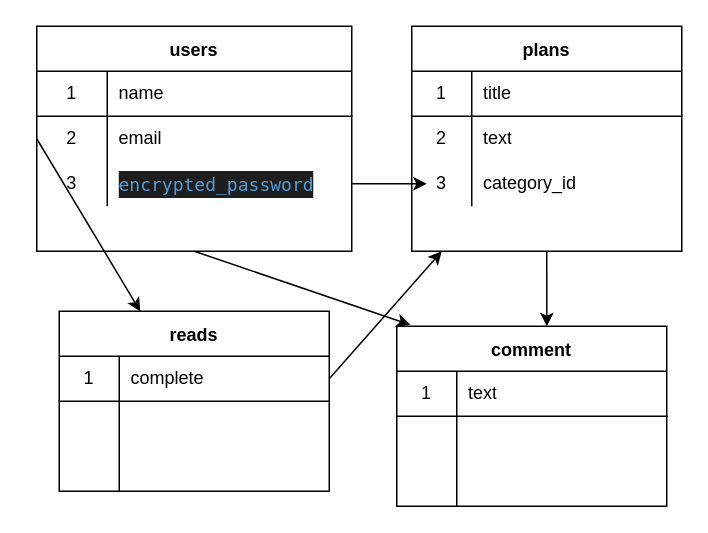
The draw.io diagram test.dio in HoneyTgs/techo-app-38290, before the edit. Source tidied: cells renumbered, new cells numbered last; positions are measured from the earlier drawing's top-left corner, leaving out a move shared by most shapes. Both pictures are drawn from the tidied source at 150%, with x=0, y=0 at pixel (36, 26).
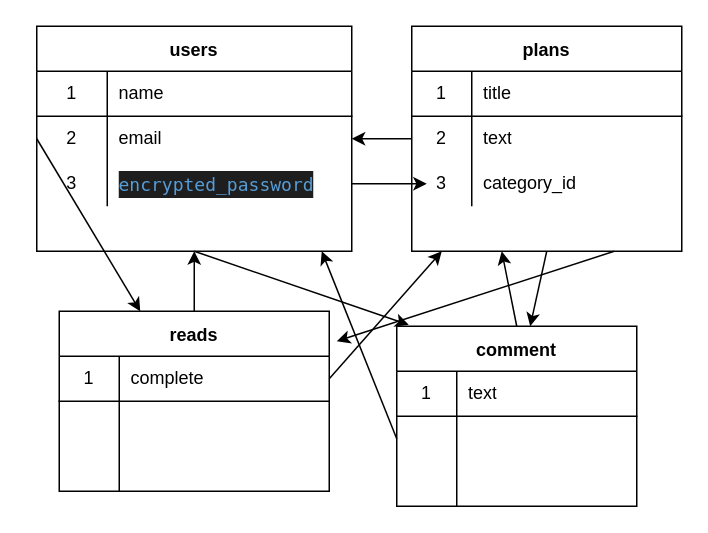
Above is the later version.

Unchanged cells that the change refers to:
```xml
<mxCell id="3" value="plans" style="shape=table;startSize=30;childLayout=tableLayout;rowLines=0;fontStyle=1;align=center;" parent="1" vertex="1">
  <mxGeometry x="250" width="180" height="150" as="geometry" />
</mxCell>
<mxCell id="7" style="shape=partialRectangle;html=1;whiteSpace=wrap;fillColor=none;top=0;left=0;bottom=0;right=0;points=[[0,0.5],[1,0.5]];portConstraint=eastwest;" parent="3" vertex="1">
  <mxGeometry y="60" width="180" height="30" as="geometry" />
</mxCell>
<mxCell id="15" value="users" style="shape=table;startSize=30;childLayout=tableLayout;rowLines=0;fontStyle=1;align=center;" parent="1" vertex="1">
  <mxGeometry width="210" height="150" as="geometry" />
</mxCell>
<mxCell id="19" style="shape=partialRectangle;html=1;whiteSpace=wrap;fillColor=none;top=0;left=0;bottom=0;right=0;points=[[0,0.5],[1,0.5]];portConstraint=eastwest;" parent="15" vertex="1">
  <mxGeometry y="60" width="210" height="30" as="geometry" />
</mxCell>
<mxCell id="25" value="reads" style="shape=table;startSize=30;childLayout=tableLayout;rowLines=0;fontStyle=1;align=center;" parent="1" vertex="1">
  <mxGeometry x="15" y="190" width="180" height="120" as="geometry" />
</mxCell>
```

The edit, as a diff of the source:
```diff
@@
+    <mxCell id="48" style="edgeStyle=none;html=1;exitX=0.75;exitY=1;exitDx=0;exitDy=0;" parent="1" edge="1" source="3">
+      <mxGeometry relative="1" as="geometry">
+        <mxPoint x="200" y="210" as="targetPoint" />
+      </mxGeometry>
+    </mxCell>
@@
+    <mxCell id="49" style="edgeStyle=none;html=1;exitX=0.5;exitY=0;exitDx=0;exitDy=0;entryX=0.5;entryY=1;entryDx=0;entryDy=0;" parent="1" edge="1" source="25" target="15">
+      <mxGeometry relative="1" as="geometry" />
+    </mxCell>
@@
+    <mxCell id="50" style="edgeStyle=none;html=1;exitX=0.5;exitY=0;exitDx=0;exitDy=0;" parent="1" edge="1" source="35">
+      <mxGeometry relative="1" as="geometry">
+        <mxPoint x="310" y="150" as="targetPoint" />
+      </mxGeometry>
+    </mxCell>
     <mxCell id="35" value="comment" style="shape=table;startSize=30;childLayout=tableLayout;rowLines=0;fontStyle=1;align=center;" parent="1" vertex="1">
-      <mxGeometry x="240" y="200" width="180" height="120" as="geometry" />
+      <mxGeometry x="240" y="200" width="160" height="120" as="geometry" />
     </mxCell>
     <mxCell id="36" style="shape=partialRectangle;html=1;whiteSpace=wrap;fillColor=none;top=0;left=0;bottom=1;right=0;" parent="35" vertex="1">
-      <mxGeometry y="30" width="180" height="30" as="geometry" />
+      <mxGeometry y="30" width="160" height="30" as="geometry" />
     </mxCell>
@@
     <mxCell id="38" value="text" style="shape=partialRectangle;html=1;whiteSpace=wrap;fillColor=none;top=0;left=0;bottom=0;right=0;align=left;spacingLeft=6;overflow=hidden;" parent="36" vertex="1">
-      <mxGeometry x="40" width="140" height="30" as="geometry" />
+      <mxGeometry x="40" width="120" height="30" as="geometry" />
     </mxCell>
     <mxCell id="39" style="shape=partialRectangle;html=1;whiteSpace=wrap;fillColor=none;top=0;left=0;bottom=0;right=0;points=[[0,0.5],[1,0.5]];portConstraint=eastwest;" parent="35" vertex="1">
-      <mxGeometry y="60" width="180" height="30" as="geometry" />
+      <mxGeometry y="60" width="160" height="30" as="geometry" />
     </mxCell>
@@
     <mxCell id="41" style="shape=partialRectangle;html=1;whiteSpace=wrap;fillColor=none;top=0;left=0;bottom=0;right=0;align=left;spacingLeft=6;overflow=hidden;" parent="39" vertex="1">
-      <mxGeometry x="40" width="140" height="30" as="geometry" />
+      <mxGeometry x="40" width="120" height="30" as="geometry" />
     </mxCell>
     <mxCell id="42" style="shape=partialRectangle;html=1;whiteSpace=wrap;fillColor=none;top=0;left=0;bottom=0;right=0;" parent="35" vertex="1">
-      <mxGeometry y="90" width="180" height="30" as="geometry" />
+      <mxGeometry y="90" width="160" height="30" as="geometry" />
     </mxCell>
@@
     <mxCell id="44" style="shape=partialRectangle;html=1;whiteSpace=wrap;fillColor=none;top=0;left=0;bottom=0;right=0;align=left;spacingLeft=6;overflow=hidden;" parent="42" vertex="1">
-      <mxGeometry x="40" width="140" height="30" as="geometry" />
+      <mxGeometry x="40" width="120" height="30" as="geometry" />
     </mxCell>
@@
+    <mxCell id="51" style="edgeStyle=none;html=1;exitX=0;exitY=0.5;exitDx=0;exitDy=0;entryX=1;entryY=0.5;entryDx=0;entryDy=0;" parent="1" edge="1" source="7" target="19">
+      <mxGeometry relative="1" as="geometry" />
+    </mxCell>
+    <mxCell id="52" style="edgeStyle=none;html=1;exitX=0;exitY=0.5;exitDx=0;exitDy=0;" parent="1" edge="1" source="39">
+      <mxGeometry relative="1" as="geometry">
+        <mxPoint x="190" y="150" as="targetPoint" />
+      </mxGeometry>
+    </mxCell>
```
